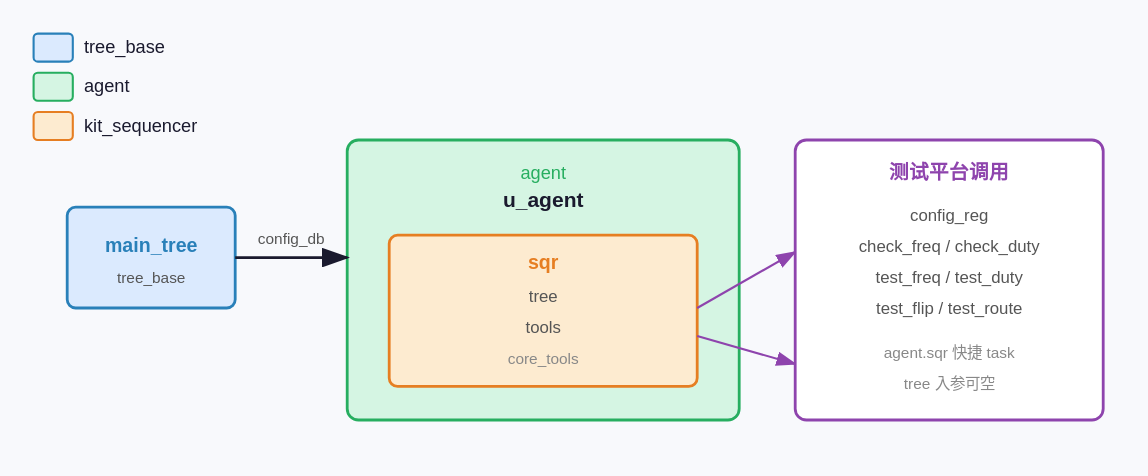
XiaoHui2023/templates keeps this draw.io diagram as src/sv/agent/clock_tree/images/component_structure.drawio.svg. Above is the earlier version. Source tidied: cells renumbered, new cells last; positions are measured from the earlier drawing's top-left corner, leaving out a move shared by most shapes. Source of this version:
```xml
<mxGraphModel>
  <root>
    <mxCell id="0" />
    <mxCell id="1" parent="0" />
    <mxCell id="2" style="rounded=1;whiteSpace=wrap;html=1;fillColor=#dbeafe;strokeColor=#2980b9;" parent="1" vertex="1">
      <mxGeometry y="4" width="28" height="20" as="geometry" />
    </mxCell>
    <mxCell id="3" value="tree_base" style="text;html=1;strokeColor=none;fillColor=none;align=left;verticalAlign=middle;" parent="1" vertex="1">
      <mxGeometry x="36" width="80" height="28" as="geometry" />
    </mxCell>
    <mxCell id="4" style="rounded=1;whiteSpace=wrap;html=1;fillColor=#d5f5e3;strokeColor=#27ae60;" parent="1" vertex="1">
      <mxGeometry y="36" width="28" height="20" as="geometry" />
    </mxCell>
    <mxCell id="5" value="agent" style="text;html=1;strokeColor=none;fillColor=none;align=left;verticalAlign=middle;" parent="1" vertex="1">
      <mxGeometry x="36" y="32" width="80" height="28" as="geometry" />
    </mxCell>
    <mxCell id="6" style="rounded=1;whiteSpace=wrap;html=1;fillColor=#fdebd0;strokeColor=#e67e22;" parent="1" vertex="1">
      <mxGeometry y="68" width="28" height="20" as="geometry" />
    </mxCell>
    <mxCell id="7" value="kit_sequencer" style="text;html=1;strokeColor=none;fillColor=none;align=left;verticalAlign=middle;" parent="1" vertex="1">
      <mxGeometry x="36" y="64" width="120" height="28" as="geometry" />
    </mxCell>
    <mxCell id="8" value="main_tree" style="rounded=1;whiteSpace=wrap;html=1;fillColor=#dbeafe;strokeColor=#2980b9;fontStyle=1;verticalAlign=top;spacingTop=8;" parent="1" vertex="1">
      <mxGeometry x="20" y="164" width="120" height="72" as="geometry" />
    </mxCell>
    <mxCell id="9" value="tree_base" style="text;html=1;strokeColor=none;fillColor=none;align=center;verticalAlign=middle;fontColor=#555555;fontSize=11;" parent="1" vertex="1">
      <mxGeometry x="20" y="208" width="120" height="20" as="geometry" />
    </mxCell>
    <mxCell id="10" value="agent" style="swimlane;rounded=1;whiteSpace=wrap;html=1;fillColor=#d5f5e3;strokeColor=#27ae60;startSize=28;fontStyle=0;horizontal=1;" parent="1" vertex="1">
      <mxGeometry x="220" y="124" width="280" height="200" as="geometry" />
    </mxCell>
    <mxCell id="11" value="u_agent" style="text;html=1;strokeColor=none;fillColor=none;align=center;verticalAlign=middle;fontStyle=1;fontSize=15;" parent="10" vertex="1">
      <mxGeometry y="28" width="280" height="30" as="geometry" />
    </mxCell>
    <mxCell id="12" value="sqr" style="rounded=1;whiteSpace=wrap;html=1;fillColor=#fdebd0;strokeColor=#e67e22;fontStyle=1;verticalAlign=top;spacingTop=6;" parent="10" vertex="1">
      <mxGeometry x="30" y="70" width="220" height="108" as="geometry" />
    </mxCell>
    <mxCell id="13" value="tree" style="text;html=1;strokeColor=none;fillColor=none;align=center;verticalAlign=middle;fontColor=#555555;fontSize=12;" parent="10" vertex="1">
      <mxGeometry x="30" y="100" width="220" height="24" as="geometry" />
    </mxCell>
    <mxCell id="14" value="tools" style="text;html=1;strokeColor=none;fillColor=none;align=center;verticalAlign=middle;fontColor=#555555;fontSize=12;" parent="10" vertex="1">
      <mxGeometry x="30" y="124" width="220" height="24" as="geometry" />
    </mxCell>
    <mxCell id="15" value="core_tools" style="text;html=1;strokeColor=none;fillColor=none;align=center;verticalAlign=middle;fontColor=#888888;fontSize=11;" parent="10" vertex="1">
      <mxGeometry x="30" y="148" width="220" height="20" as="geometry" />
    </mxCell>
    <mxCell id="16" value="测试平台调用&#10;&#10;config_reg&#10;check_freq / check_duty&#10;test_freq / test_duty&#10;test_flip / test_route&#10;&#10;agent.sqr 快捷 task&#10;tree 入参可空" style="rounded=1;whiteSpace=wrap;html=1;fillColor=#ffffff;strokeColor=#8e44ad;fontStyle=1;verticalAlign=top;spacingTop=8;align=center;" parent="1" vertex="1">
      <mxGeometry x="560" y="124" width="220" height="200" as="geometry" />
    </mxCell>
    <mxCell id="17" value="config_db" style="edgeStyle=none;rounded=0;jettySize=auto;html=1;endArrow=classic;endFill=1;fontSize=11;fontColor=#555555;" parent="1" edge="1" source="8" target="10">
      <mxGeometry relative="1" as="geometry" />
    </mxCell>
    <mxCell id="18" style="edgeStyle=none;rounded=0;jettySize=auto;html=1;endArrow=classic;endFill=1;strokeColor=#8e44ad;" parent="1" edge="1" source="12" target="16">
      <mxGeometry relative="1" as="geometry">
        <Array as="points">
          <mxPoint x="500" y="214" />
          <mxPoint x="500" y="164" />
        </Array>
      </mxGeometry>
    </mxCell>
    <mxCell id="19" style="edgeStyle=none;rounded=0;jettySize=auto;html=1;endArrow=classic;endFill=1;strokeColor=#8e44ad;" parent="1" edge="1" source="12" target="16">
      <mxGeometry relative="1" as="geometry">
        <Array as="points">
          <mxPoint x="500" y="224" />
          <mxPoint x="500" y="204" />
        </Array>
      </mxGeometry>
    </mxCell>
    <mxCell id="20" style="edgeStyle=none;rounded=0;jettySize=auto;html=1;endArrow=classic;endFill=1;strokeColor=#8e44ad;" parent="1" edge="1" source="12" target="16">
      <mxGeometry relative="1" as="geometry">
        <Array as="points">
          <mxPoint x="500" y="234" />
          <mxPoint x="500" y="244" />
        </Array>
      </mxGeometry>
    </mxCell>
  </root>
</mxGraphModel>
```
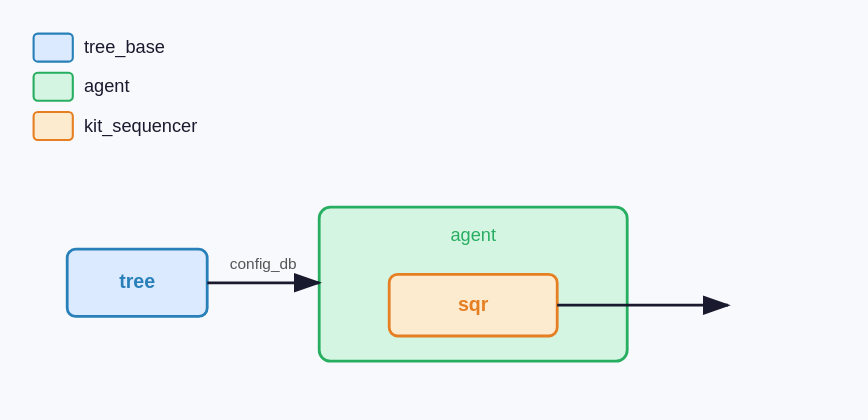
After the commit.

Commit message:
pll_mini: document config_plan C layout; trim component diagram

The edit, as a diff of the source:
```diff
@@ -20,59 +20,23 @@
     <mxCell id="7" value="kit_sequencer" style="text;html=1;strokeColor=none;fillColor=none;align=left;verticalAlign=middle;" parent="1" vertex="1">
       <mxGeometry x="36" y="64" width="120" height="28" as="geometry" />
     </mxCell>
-    <mxCell id="8" value="main_tree" style="rounded=1;whiteSpace=wrap;html=1;fillColor=#dbeafe;strokeColor=#2980b9;fontStyle=1;verticalAlign=top;spacingTop=8;" parent="1" vertex="1">
-      <mxGeometry x="20" y="164" width="120" height="72" as="geometry" />
-    </mxCell>
-    <mxCell id="9" value="tree_base" style="text;html=1;strokeColor=none;fillColor=none;align=center;verticalAlign=middle;fontColor=#555555;fontSize=11;" parent="1" vertex="1">
-      <mxGeometry x="20" y="208" width="120" height="20" as="geometry" />
-    </mxCell>
+    <mxCell id="13" value="tree" style="rounded=1;whiteSpace=wrap;html=1;fillColor=#dbeafe;strokeColor=#2980b9;align=center;verticalAlign=middle;fontStyle=1;" parent="1" vertex="1">
+      <mxGeometry x="20" y="164" width="100" height="48" as="geometry" />
+    </mxCell>
-    <mxCell id="10" value="agent" style="swimlane;rounded=1;whiteSpace=wrap;html=1;fillColor=#d5f5e3;strokeColor=#27ae60;startSize=28;fontStyle=0;horizontal=1;" parent="1" vertex="1">
-      <mxGeometry x="220" y="124" width="280" height="200" as="geometry" />
+    <mxCell id="10" value="agent" style="swimlane;rounded=1;whiteSpace=wrap;html=1;fillColor=#d5f5e3;strokeColor=#27ae60;startSize=28;fontStyle=0;" parent="1" vertex="1">
+      <mxGeometry x="200" y="134" width="220" height="110" as="geometry" />
     </mxCell>
-    <mxCell id="11" value="u_agent" style="text;html=1;strokeColor=none;fillColor=none;align=center;verticalAlign=middle;fontStyle=1;fontSize=15;" parent="10" vertex="1">
-      <mxGeometry y="28" width="280" height="30" as="geometry" />
-    </mxCell>
-    <mxCell id="12" value="sqr" style="rounded=1;whiteSpace=wrap;html=1;fillColor=#fdebd0;strokeColor=#e67e22;fontStyle=1;verticalAlign=top;spacingTop=6;" parent="10" vertex="1">
-      <mxGeometry x="30" y="70" width="220" height="108" as="geometry" />
+    <mxCell id="12" value="sqr" style="rounded=1;whiteSpace=wrap;html=1;fillColor=#fdebd0;strokeColor=#e67e22;align=center;verticalAlign=middle;fontStyle=1;" parent="10" vertex="1">
+      <mxGeometry x="50" y="48" width="120" height="44" as="geometry" />
     </mxCell>
-    <mxCell id="13" value="tree" style="text;html=1;strokeColor=none;fillColor=none;align=center;verticalAlign=middle;fontColor=#555555;fontSize=12;" parent="10" vertex="1">
-      <mxGeometry x="30" y="100" width="220" height="24" as="geometry" />
-    </mxCell>
-    <mxCell id="14" value="tools" style="text;html=1;strokeColor=none;fillColor=none;align=center;verticalAlign=middle;fontColor=#555555;fontSize=12;" parent="10" vertex="1">
-      <mxGeometry x="30" y="124" width="220" height="24" as="geometry" />
-    </mxCell>
-    <mxCell id="15" value="core_tools" style="text;html=1;strokeColor=none;fillColor=none;align=center;verticalAlign=middle;fontColor=#888888;fontSize=11;" parent="10" vertex="1">
-      <mxGeometry x="30" y="148" width="220" height="20" as="geometry" />
-    </mxCell>
-    <mxCell id="16" value="测试平台调用&#10;&#10;config_reg&#10;check_freq / check_duty&#10;test_freq / test_duty&#10;test_flip / test_route&#10;&#10;agent.sqr 快捷 task&#10;tree 入参可空" style="rounded=1;whiteSpace=wrap;html=1;fillColor=#ffffff;strokeColor=#8e44ad;fontStyle=1;verticalAlign=top;spacingTop=8;align=center;" parent="1" vertex="1">
-      <mxGeometry x="560" y="124" width="220" height="200" as="geometry" />
-    </mxCell>
+    <mxCell id="21" style="ellipse;whiteSpace=wrap;html=1;fillColor=none;strokeColor=none;" parent="1" vertex="1">
+      <mxGeometry x="480" y="188" width="1" height="1" as="geometry" />
+    </mxCell>
-    <mxCell id="17" value="config_db" style="edgeStyle=none;rounded=0;jettySize=auto;html=1;endArrow=classic;endFill=1;fontSize=11;fontColor=#555555;" parent="1" edge="1" source="8" target="10">
+    <mxCell id="17" value="config_db" style="edgeStyle=none;rounded=0;jettySize=auto;html=1;endArrow=classic;endFill=1;fontSize=11;fontColor=#555555;" parent="1" edge="1" source="13" target="10">
       <mxGeometry relative="1" as="geometry" />
     </mxCell>
-    <mxCell id="18" style="edgeStyle=none;rounded=0;jettySize=auto;html=1;endArrow=classic;endFill=1;strokeColor=#8e44ad;" parent="1" edge="1" source="12" target="16">
-      <mxGeometry relative="1" as="geometry">
-        <Array as="points">
-          <mxPoint x="500" y="214" />
-          <mxPoint x="500" y="164" />
-        </Array>
-      </mxGeometry>
-    </mxCell>
-    <mxCell id="19" style="edgeStyle=none;rounded=0;jettySize=auto;html=1;endArrow=classic;endFill=1;strokeColor=#8e44ad;" parent="1" edge="1" source="12" target="16">
-      <mxGeometry relative="1" as="geometry">
-        <Array as="points">
-          <mxPoint x="500" y="224" />
-          <mxPoint x="500" y="204" />
-        </Array>
-      </mxGeometry>
-    </mxCell>
-    <mxCell id="20" style="edgeStyle=none;rounded=0;jettySize=auto;html=1;endArrow=classic;endFill=1;strokeColor=#8e44ad;" parent="1" edge="1" source="12" target="16">
-      <mxGeometry relative="1" as="geometry">
-        <Array as="points">
-          <mxPoint x="500" y="234" />
-          <mxPoint x="500" y="244" />
-        </Array>
-      </mxGeometry>
-    </mxCell>
+    <mxCell id="22" style="edgeStyle=none;rounded=0;jettySize=auto;html=1;endArrow=classic;endFill=1;strokeColor=#1a1a2e;" parent="1" edge="1" source="12" target="21">
+      <mxGeometry relative="1" as="geometry" />
+    </mxCell>
   </root>
 </mxGraphModel>
```
